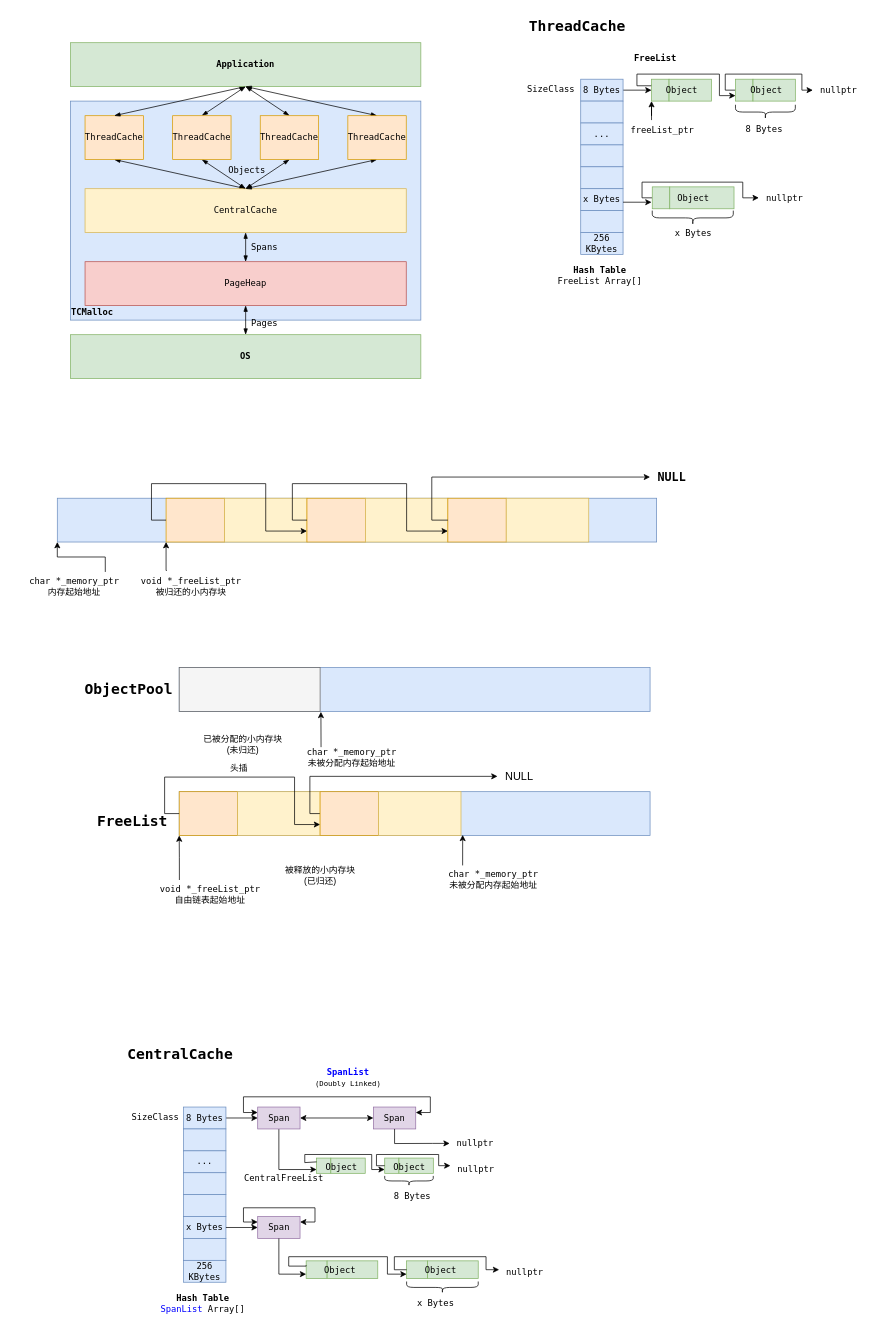
The draw.io diagram page "第 1 页" (1 of 2) of 算法/TCMalloc.drawio in xyshawy/DRAW, before the edit. Source tidied: cells renumbered, new cells numbered last; positions are measured from the earlier drawing's top-left corner, leaving out a move shared by most shapes. Both pictures are drawn from the tidied source at 73%, with x=0, y=0 at pixel (12, 12).
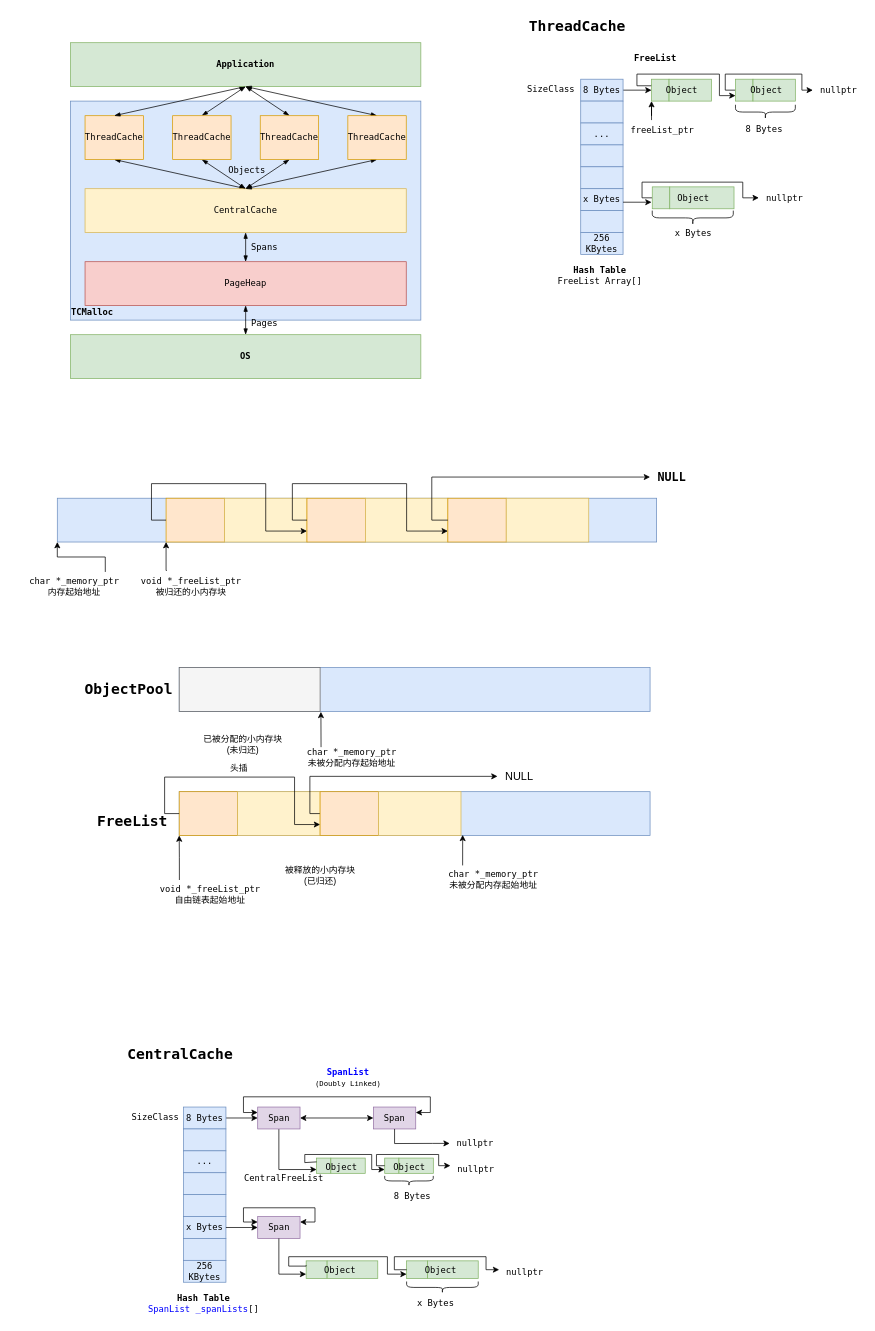
The same diagram, later.

The edit, as a diff of the source:
```diff
@@
-    <mxCell id="105" value="&lt;font face=&quot;Lucida Console&quot;&gt;&lt;b&gt;Hash Table&lt;/b&gt;&lt;br&gt;&lt;/font&gt;&lt;span style=&quot;border-color: var(--border-color); color: rgb(0, 0, 255); font-family: &amp;quot;Lucida Console&amp;quot;;&quot;&gt;SpanList&lt;/span&gt;&lt;font face=&quot;Lucida Console&quot;&gt;&lt;font color=&quot;#0000ff&quot;&gt;&amp;nbsp;&lt;/font&gt;Array[]&lt;/font&gt;" style="text;html=1;align=center;verticalAlign=middle;strokeColor=none;fillColor=none;" parent="1" vertex="1">
-      <mxGeometry x="193" y="1747" width="134" height="42" as="geometry" />
+    <mxCell id="105" value="&lt;font face=&quot;Lucida Console&quot;&gt;&lt;b&gt;Hash Table&lt;/b&gt;&lt;br&gt;&lt;/font&gt;&lt;span style=&quot;border-color: var(--border-color); color: rgb(0, 0, 255); font-family: &amp;quot;Lucida Console&amp;quot;;&quot;&gt;SpanList&lt;/span&gt;&lt;font face=&quot;Lucida Console&quot;&gt;&lt;font color=&quot;#0000ff&quot;&gt;&amp;nbsp;_spanLists&lt;/font&gt;[]&lt;/font&gt;" style="text;html=1;align=center;verticalAlign=middle;strokeColor=none;fillColor=none;" parent="1" vertex="1">
+      <mxGeometry x="176" y="1747" width="170" height="42" as="geometry" />
     </mxCell>
```
